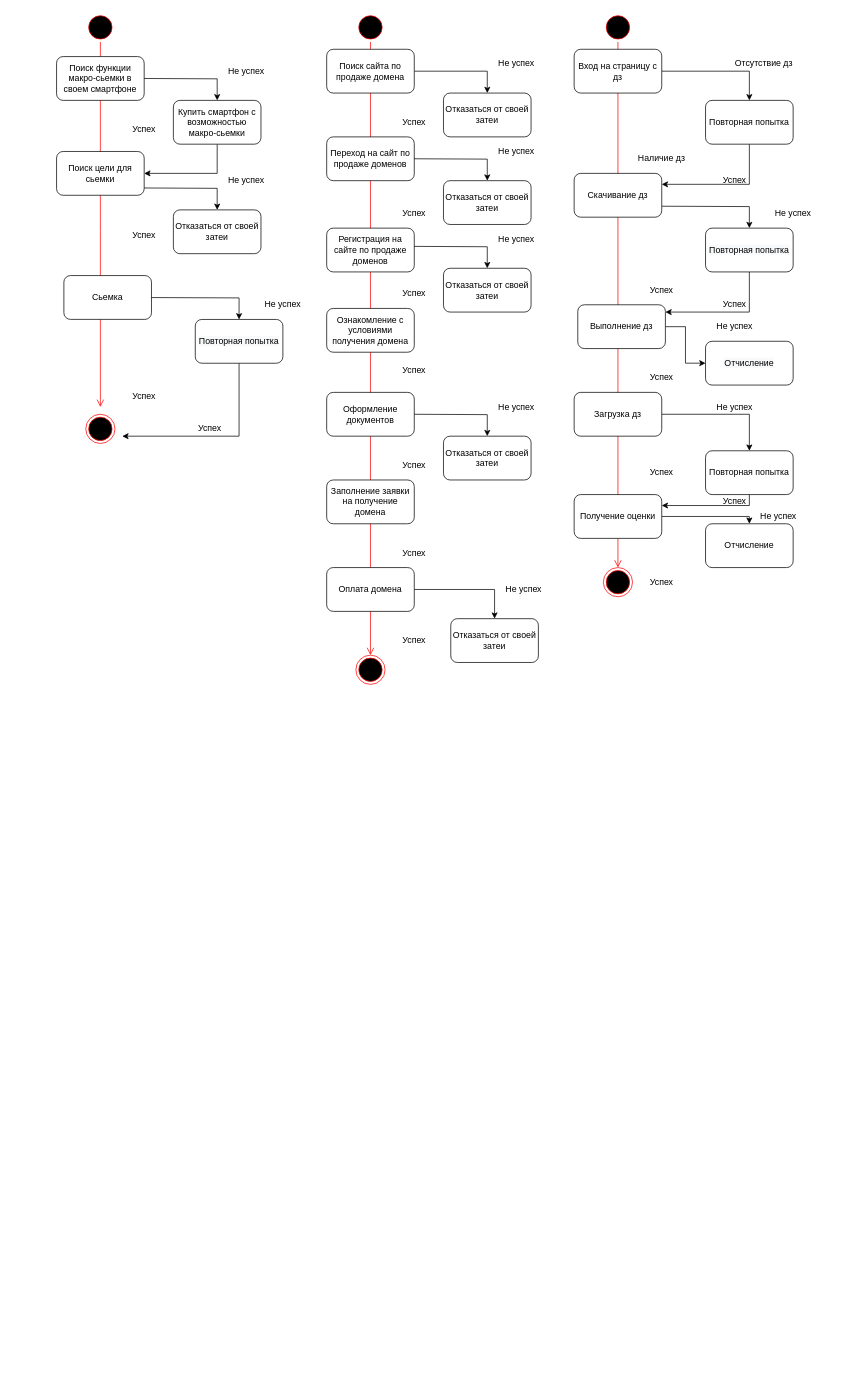
The draw.io diagram state.drawio in Irresjeny/umltest1, before the edit. Source tidied: cells renumbered, new cells numbered last; positions are measured from the earlier drawing's top-left corner, leaving out a move shared by most shapes. Both pictures are drawn from the tidied source at 73%, with x=0, y=0 at pixel (56, 12).
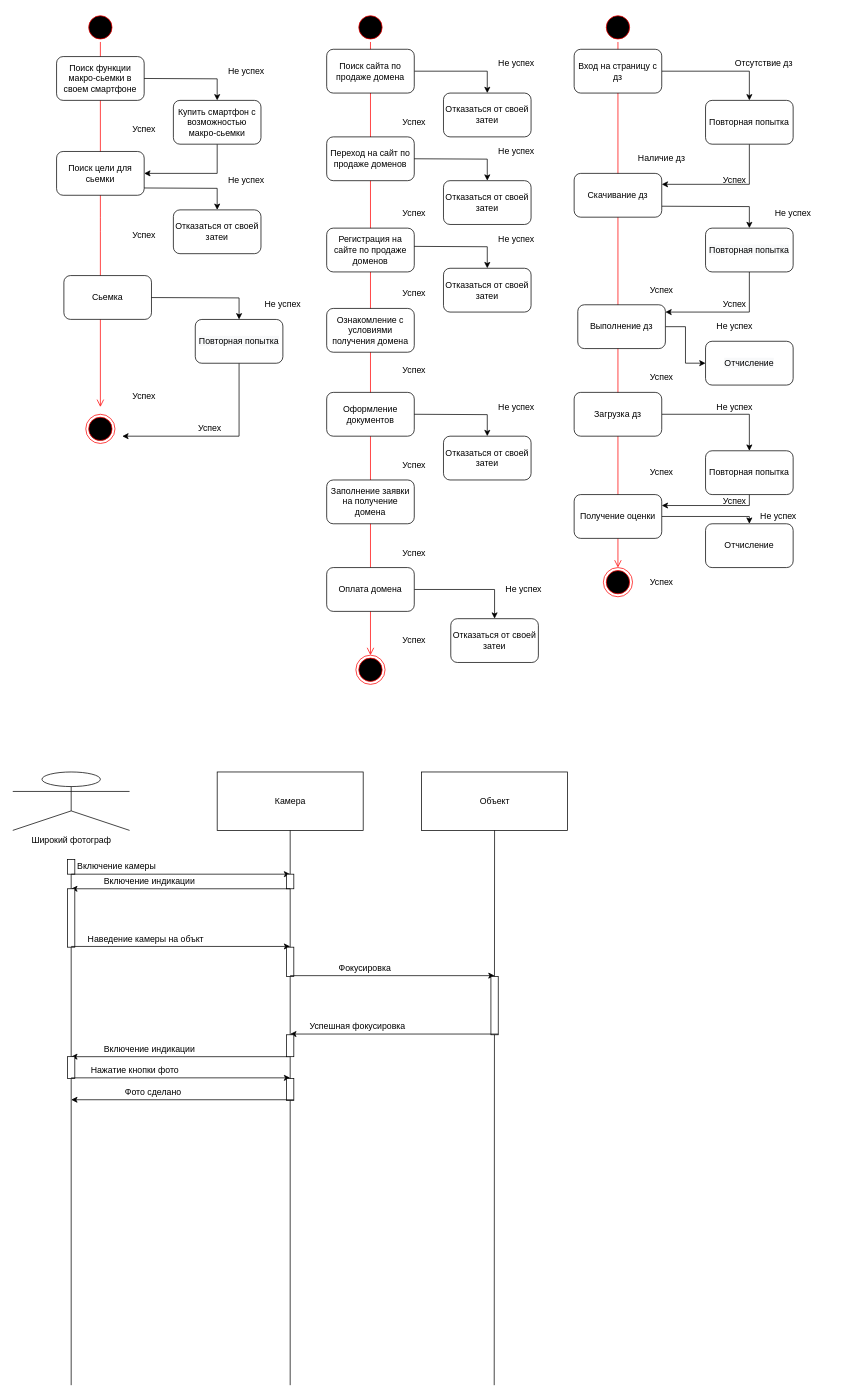
The same diagram, later.

The edit, as a diff of the source:
```diff
@@
+    <mxCell id="89" value="Широкий фотограф" style="shape=umlActor;verticalLabelPosition=bottom;verticalAlign=top;html=1;" parent="1" vertex="1">
+      <mxGeometry x="-60" y="1040" width="160" height="80" as="geometry" />
+    </mxCell>
+    <mxCell id="90" value="Камера" style="html=1;" parent="1" vertex="1">
+      <mxGeometry x="220" y="1040" width="200" height="80" as="geometry" />
+    </mxCell>
+    <mxCell id="91" value="Объект" style="html=1;" parent="1" vertex="1">
+      <mxGeometry x="500" y="1040" width="200" height="80" as="geometry" />
+    </mxCell>
+    <mxCell id="92" style="endArrow=none;html=1;" parent="1" edge="1">
+      <mxGeometry relative="1" as="geometry">
+        <mxPoint x="20" y="1880" as="sourcePoint" />
+        <mxPoint x="20" y="1160" as="targetPoint" />
+      </mxGeometry>
+    </mxCell>
+    <mxCell id="93" style="endArrow=none;html=1;entryX=0.5;entryY=1;entryDx=0;entryDy=0;startArrow=none;" parent="1" edge="1" source="98" target="90">
+      <mxGeometry relative="1" as="geometry" />
+    </mxCell>
+    <mxCell id="94" style="endArrow=none;html=1;entryX=0.5;entryY=1;entryDx=0;entryDy=0;" parent="1" edge="1" target="91">
+      <mxGeometry relative="1" as="geometry">
+        <mxPoint x="599.5" y="1880" as="sourcePoint" />
+      </mxGeometry>
+    </mxCell>
+    <mxCell id="95" style="rounded=0;whiteSpace=wrap;html=1;" parent="1" vertex="1">
+      <mxGeometry x="15" y="1160" width="10" height="20" as="geometry" />
+    </mxCell>
+    <mxCell id="96" value="Включение камеры" style="text;html=1;strokeColor=none;fillColor=none;align=center;verticalAlign=middle;whiteSpace=wrap;rounded=0;" parent="1" vertex="1">
+      <mxGeometry x="25" y="1160" width="115" height="20" as="geometry" />
+    </mxCell>
+    <mxCell id="97" style="endArrow=classic;html=1;exitX=0.5;exitY=1;exitDx=0;exitDy=0;" parent="1" edge="1" source="95">
+      <mxGeometry relative="1" as="geometry">
+        <mxPoint x="320" y="1180" as="targetPoint" />
+      </mxGeometry>
+    </mxCell>
+    <mxCell id="98" style="rounded=0;whiteSpace=wrap;html=1;" parent="1" vertex="1">
+      <mxGeometry x="315" y="1180" width="10" height="20" as="geometry" />
+    </mxCell>
+    <mxCell id="99" style="endArrow=none;html=1;entryX=0.5;entryY=1;entryDx=0;entryDy=0;" parent="1" edge="1" target="98">
+      <mxGeometry relative="1" as="geometry">
+        <mxPoint x="320" y="1880" as="sourcePoint" />
+      </mxGeometry>
+    </mxCell>
+    <mxCell id="100" style="endArrow=classic;html=1;exitX=0.5;exitY=1;exitDx=0;exitDy=0;" parent="1" edge="1" source="98">
+      <mxGeometry relative="1" as="geometry">
+        <mxPoint x="20" y="1200" as="targetPoint" />
+      </mxGeometry>
+    </mxCell>
+    <mxCell id="101" value="Включение индикации" style="text;html=1;strokeColor=none;fillColor=none;align=center;verticalAlign=middle;whiteSpace=wrap;rounded=0;" parent="1" vertex="1">
+      <mxGeometry x="35" y="1180" width="185" height="20" as="geometry" />
+    </mxCell>
+    <mxCell id="102" style="rounded=0;whiteSpace=wrap;html=1;" parent="1" vertex="1">
+      <mxGeometry x="15" y="1200" width="10" height="80" as="geometry" />
+    </mxCell>
+    <mxCell id="103" value="Наведение камеры на объкт" style="text;html=1;strokeColor=none;fillColor=none;align=center;verticalAlign=middle;whiteSpace=wrap;rounded=0;" parent="1" vertex="1">
+      <mxGeometry x="25" y="1259" width="195" height="20" as="geometry" />
+    </mxCell>
+    <mxCell id="104" style="endArrow=classic;html=1;exitX=0.5;exitY=1;exitDx=0;exitDy=0;" parent="1" edge="1">
+      <mxGeometry relative="1" as="geometry">
+        <mxPoint x="20" y="1279" as="sourcePoint" />
+        <mxPoint x="320" y="1279" as="targetPoint" />
+      </mxGeometry>
+    </mxCell>
+    <mxCell id="105" style="rounded=0;whiteSpace=wrap;html=1;" parent="1" vertex="1">
+      <mxGeometry x="315" y="1280" width="10" height="40" as="geometry" />
+    </mxCell>
+    <mxCell id="106" value="Фокусировка" style="text;html=1;strokeColor=none;fillColor=none;align=center;verticalAlign=middle;whiteSpace=wrap;rounded=0;" parent="1" vertex="1">
+      <mxGeometry x="325" y="1299" width="195" height="20" as="geometry" />
+    </mxCell>
+    <mxCell id="107" style="endArrow=classic;html=1;exitX=0.5;exitY=1;exitDx=0;exitDy=0;" parent="1" edge="1">
+      <mxGeometry relative="1" as="geometry">
+        <mxPoint x="320" y="1319" as="sourcePoint" />
+        <mxPoint x="600" y="1319" as="targetPoint" />
+      </mxGeometry>
+    </mxCell>
+    <mxCell id="108" style="rounded=0;whiteSpace=wrap;html=1;" parent="1" vertex="1">
+      <mxGeometry x="595" y="1320" width="10" height="80" as="geometry" />
+    </mxCell>
+    <mxCell id="109" style="endArrow=classic;html=1;exitX=0.5;exitY=1;exitDx=0;exitDy=0;entryX=0;entryY=1;entryDx=0;entryDy=0;" parent="1" edge="1" target="110">
+      <mxGeometry relative="1" as="geometry">
+        <mxPoint x="605" y="1399" as="sourcePoint" />
+      </mxGeometry>
+    </mxCell>
+    <mxCell id="110" value="Успешная фокусировка" style="text;html=1;strokeColor=none;fillColor=none;align=center;verticalAlign=middle;whiteSpace=wrap;rounded=0;" parent="1" vertex="1">
+      <mxGeometry x="320" y="1379" width="185" height="20" as="geometry" />
+    </mxCell>
+    <mxCell id="111" style="endArrow=classic;html=1;exitX=0.5;exitY=1;exitDx=0;exitDy=0;" parent="1" edge="1">
+      <mxGeometry relative="1" as="geometry">
+        <mxPoint x="320" y="1430" as="sourcePoint" />
+        <mxPoint x="20" y="1430" as="targetPoint" />
+      </mxGeometry>
+    </mxCell>
+    <mxCell id="112" value="Включение индикации" style="text;html=1;strokeColor=none;fillColor=none;align=center;verticalAlign=middle;whiteSpace=wrap;rounded=0;" parent="1" vertex="1">
+      <mxGeometry x="35" y="1410" width="185" height="20" as="geometry" />
+    </mxCell>
+    <mxCell id="113" style="rounded=0;whiteSpace=wrap;html=1;" parent="1" vertex="1">
+      <mxGeometry x="315" y="1400" width="10" height="30" as="geometry" />
+    </mxCell>
+    <mxCell id="114" style="rounded=0;whiteSpace=wrap;html=1;" parent="1" vertex="1">
+      <mxGeometry x="15" y="1430" width="10" height="30" as="geometry" />
+    </mxCell>
+    <mxCell id="115" value="Нажатие кнопки фото" style="text;html=1;strokeColor=none;fillColor=none;align=center;verticalAlign=middle;whiteSpace=wrap;rounded=0;" parent="1" vertex="1">
+      <mxGeometry x="25" y="1439" width="165" height="20" as="geometry" />
+    </mxCell>
+    <mxCell id="116" style="endArrow=classic;html=1;exitX=0.5;exitY=1;exitDx=0;exitDy=0;" parent="1" edge="1">
+      <mxGeometry relative="1" as="geometry">
+        <mxPoint x="20" y="1459" as="sourcePoint" />
+        <mxPoint x="320" y="1459" as="targetPoint" />
+      </mxGeometry>
+    </mxCell>
+    <mxCell id="117" style="rounded=0;whiteSpace=wrap;html=1;" parent="1" vertex="1">
+      <mxGeometry x="315" y="1460" width="10" height="30" as="geometry" />
+    </mxCell>
+    <mxCell id="118" style="endArrow=classic;html=1;exitX=0.5;exitY=1;exitDx=0;exitDy=0;" parent="1" edge="1">
+      <mxGeometry relative="1" as="geometry">
+        <mxPoint x="325" y="1489" as="sourcePoint" />
+        <mxPoint x="20" y="1489" as="targetPoint" />
+      </mxGeometry>
+    </mxCell>
+    <mxCell id="119" value="Фото сделано" style="text;html=1;strokeColor=none;fillColor=none;align=center;verticalAlign=middle;whiteSpace=wrap;rounded=0;" parent="1" vertex="1">
+      <mxGeometry x="40" y="1469" width="185" height="20" as="geometry" />
+    </mxCell>
```
